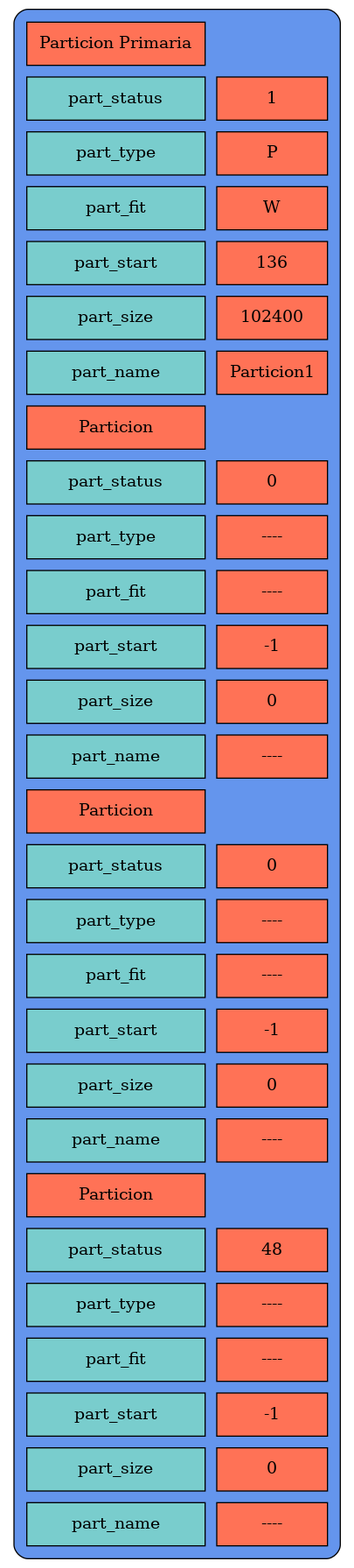
The Graphviz diagram Reportes/Images/reporteParts.png in JulioFernandez99/P1_MIA_201902416, before a commit. Its source is kept beside it as Reportes/Codigo/reporteParts.dot.
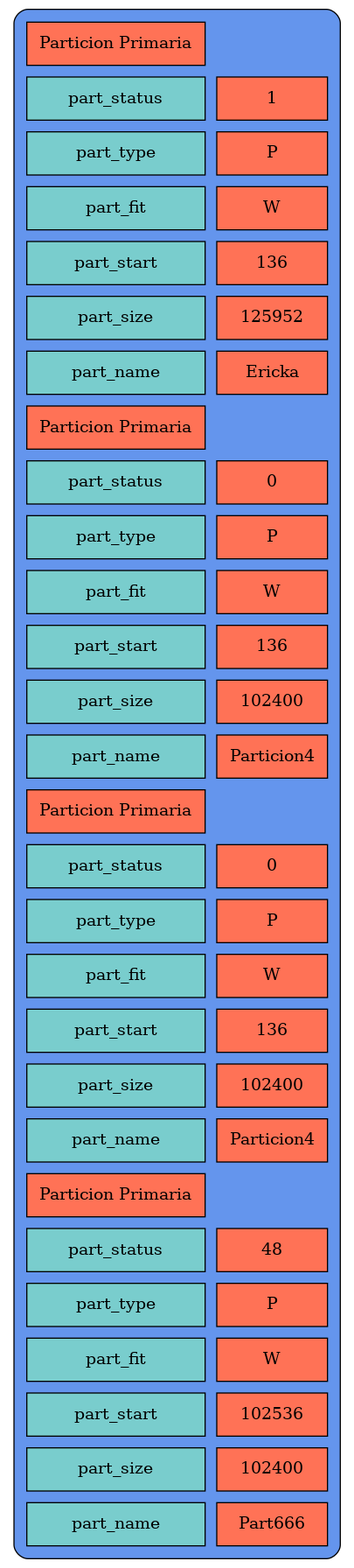
After the change.

Change to the diagram source:
```diff
@@ -21,14 +21,14 @@
   </TR>
   <TR>
   <TD bgcolor="darkslategray3">part_size</TD>
-  <TD bgcolor="coral1">102400</TD>
+  <TD bgcolor="coral1">125952</TD>
   </TR>
   <TR>
   <TD bgcolor="darkslategray3">part_name</TD>
-  <TD bgcolor="coral1">Particion1</TD>
+  <TD bgcolor="coral1">Ericka</TD>
   </TR>
   <TR>
-  <TD bgcolor="coral1">Particion</TD>
+  <TD bgcolor="coral1">Particion Primaria</TD>
   </TR>
   <TR>
   <TD bgcolor="darkslategray3">part_status</TD>
@@ -36,26 +36,26 @@
   </TR>
   <TR>
   <TD bgcolor="darkslategray3">part_type</TD>
-  <TD bgcolor="coral1">----</TD>
+  <TD bgcolor="coral1">P</TD>
   </TR>
   <TR>
   <TD bgcolor="darkslategray3">part_fit</TD>
-  <TD bgcolor="coral1">----</TD>
+  <TD bgcolor="coral1">W</TD>
   </TR>
   <TR>
   <TD bgcolor="darkslategray3">part_start</TD>
-  <TD bgcolor="coral1">-1</TD>
+  <TD bgcolor="coral1">136</TD>
   </TR>
   <TR>
   <TD bgcolor="darkslategray3">part_size</TD>
-  <TD bgcolor="coral1">0</TD>
+  <TD bgcolor="coral1">102400</TD>
   </TR>
   <TR>
   <TD bgcolor="darkslategray3">part_name</TD>
-  <TD bgcolor="coral1">----</TD>
+  <TD bgcolor="coral1">Particion4</TD>
   </TR>
   <TR>
-  <TD bgcolor="coral1">Particion</TD>
+  <TD bgcolor="coral1">Particion Primaria</TD>
   </TR>
   <TR>
   <TD bgcolor="darkslategray3">part_status</TD>
@@ -63,26 +63,26 @@
   </TR>
   <TR>
   <TD bgcolor="darkslategray3">part_type</TD>
-  <TD bgcolor="coral1">----</TD>
+  <TD bgcolor="coral1">P</TD>
   </TR>
   <TR>
   <TD bgcolor="darkslategray3">part_fit</TD>
-  <TD bgcolor="coral1">----</TD>
+  <TD bgcolor="coral1">W</TD>
   </TR>
   <TR>
   <TD bgcolor="darkslategray3">part_start</TD>
-  <TD bgcolor="coral1">-1</TD>
+  <TD bgcolor="coral1">136</TD>
   </TR>
   <TR>
   <TD bgcolor="darkslategray3">part_size</TD>
-  <TD bgcolor="coral1">0</TD>
+  <TD bgcolor="coral1">102400</TD>
   </TR>
   <TR>
   <TD bgcolor="darkslategray3">part_name</TD>
-  <TD bgcolor="coral1">----</TD>
+  <TD bgcolor="coral1">Particion4</TD>
   </TR>
   <TR>
-  <TD bgcolor="coral1">Particion</TD>
+  <TD bgcolor="coral1">Particion Primaria</TD>
   </TR>
   <TR>
   <TD bgcolor="darkslategray3">part_status</TD>
@@ -90,23 +90,23 @@
   </TR>
   <TR>
   <TD bgcolor="darkslategray3">part_type</TD>
-  <TD bgcolor="coral1">----</TD>
+  <TD bgcolor="coral1">P</TD>
   </TR>
   <TR>
   <TD bgcolor="darkslategray3">part_fit</TD>
-  <TD bgcolor="coral1">----</TD>
+  <TD bgcolor="coral1">W</TD>
   </TR>
   <TR>
   <TD bgcolor="darkslategray3">part_start</TD>
-  <TD bgcolor="coral1">-1</TD>
+  <TD bgcolor="coral1">102536</TD>
   </TR>
   <TR>
   <TD bgcolor="darkslategray3">part_size</TD>
-  <TD bgcolor="coral1">0</TD>
+  <TD bgcolor="coral1">102400</TD>
   </TR>
   <TR>
   <TD bgcolor="darkslategray3">part_name</TD>
-  <TD bgcolor="coral1">----</TD>
+  <TD bgcolor="coral1">Part666</TD>
   </TR>
 </TABLE>>];
 }
```
